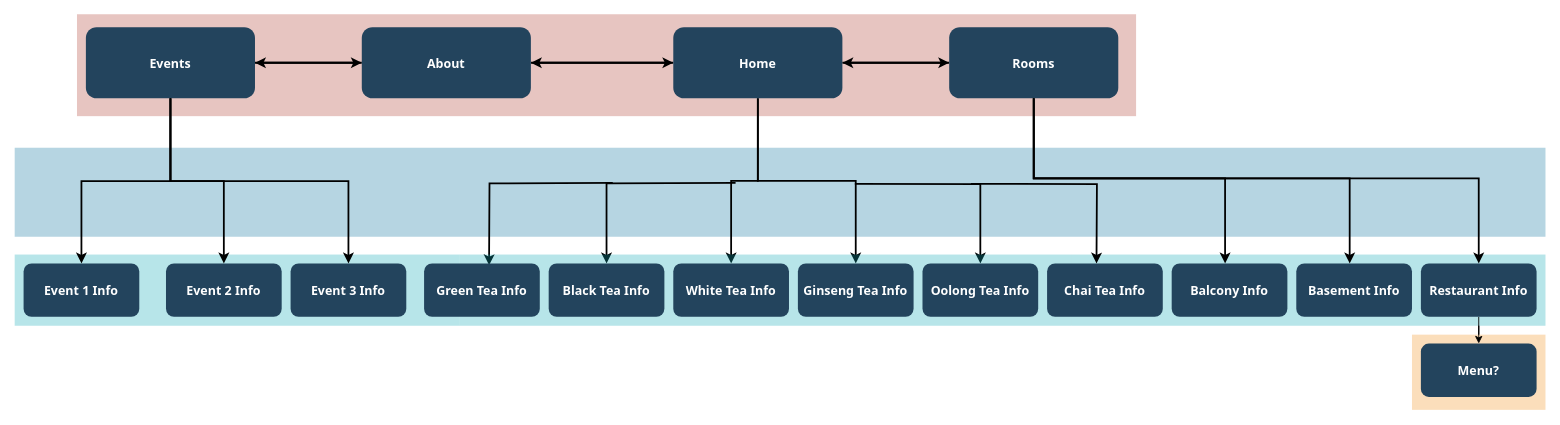
This is Teahouse_Site_Map.drawio from jxcarlat/TeaHouse, a draw.io file, before an edit. Source tidied: cells renumbered, new cells numbered last; positions are measured from the earlier drawing's top-left corner, leaving out a move shared by most shapes. Both pictures are drawn from the tidied source at 89%, with x=0, y=0 at pixel (14, 14).
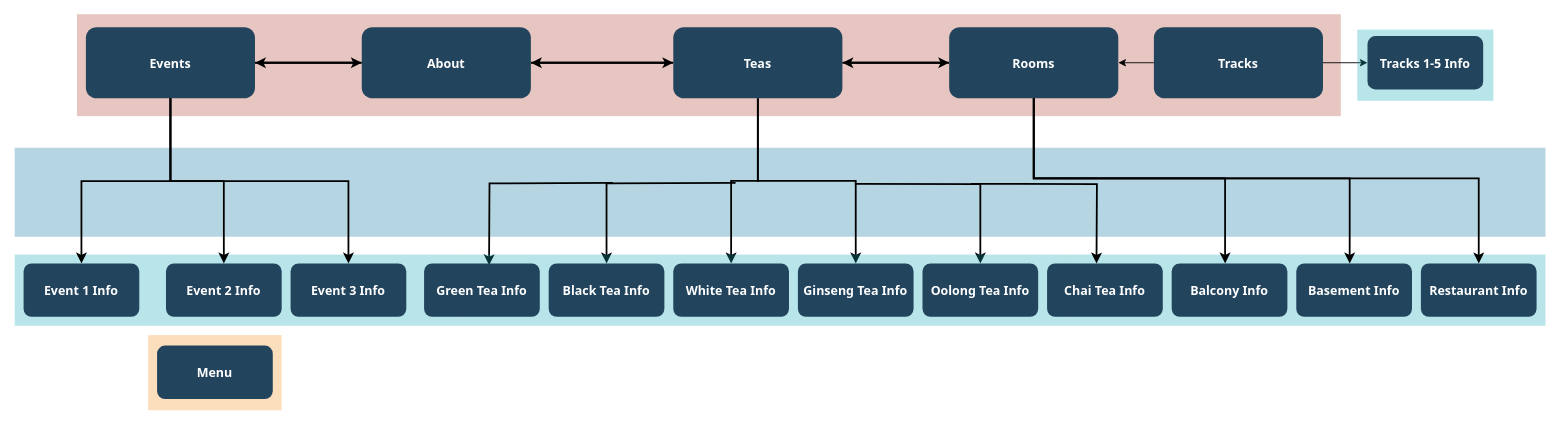
The same diagram, later.

Unchanged cells that the change refers to:
```xml
<mxCell id="16" value="Rooms" style="rounded=1;fillColor=#23445D;gradientColor=none;strokeColor=none;fontColor=#FFFFFF;fontStyle=1;fontFamily=Tahoma;fontSize=14;" parent="1" vertex="1">
  <mxGeometry x="1050" y="14" width="190" height="80" as="geometry" />
</mxCell>
<mxCell id="25" value="Restaurant Info" style="rounded=1;fillColor=#23445D;gradientColor=none;strokeColor=none;fontColor=#FFFFFF;fontStyle=1;fontFamily=Tahoma;fontSize=14;" parent="1" vertex="1">
  <mxGeometry x="1580" y="279.5" width="130" height="60" as="geometry" />
</mxCell>
```

Diff of the diagram source:
```diff
@@
     <mxCell id="2" style="fillColor=#AE4132;strokeColor=none;opacity=30;" parent="1" vertex="1">
-      <mxGeometry x="70" y="-0.5" width="1190" height="114.5" as="geometry" />
+      <mxGeometry x="70" y="-0.5" width="1420" height="114.5" as="geometry" />
     </mxCell>
@@
     <mxCell id="4" style="fillColor=#F2931E;strokeColor=none;opacity=30;" parent="1" vertex="1">
-      <mxGeometry x="1570" y="359.5" width="150" height="84.5" as="geometry" />
+      <mxGeometry x="150" y="360" width="150" height="84.5" as="geometry" />
     </mxCell>
@@
-    <mxCell id="14" value="Home" style="rounded=1;fillColor=#23445D;gradientColor=none;strokeColor=none;fontColor=#FFFFFF;fontStyle=1;fontFamily=Tahoma;fontSize=14;" parent="1" vertex="1">
+    <mxCell id="14" value="Teas" style="rounded=1;fillColor=#23445D;gradientColor=none;strokeColor=none;fontColor=#FFFFFF;fontStyle=1;fontFamily=Tahoma;fontSize=14;" parent="1" vertex="1">
       <mxGeometry x="740" y="14" width="190" height="80" as="geometry" />
     </mxCell>
@@
-    <mxCell id="24" style="edgeStyle=orthogonalEdgeStyle;rounded=0;jettySize=auto;html=1;entryX=0.5;entryY=0;entryDx=0;entryDy=0;" parent="1" edge="1" source="25" target="26">
-      <mxGeometry relative="1" as="geometry" />
-    </mxCell>
@@
-    <mxCell id="26" value="Menu?" style="rounded=1;fillColor=#23445D;gradientColor=none;strokeColor=none;fontColor=#FFFFFF;fontStyle=1;fontFamily=Tahoma;fontSize=14;" parent="1" vertex="1">
-      <mxGeometry x="1580" y="369.5" width="130" height="60" as="geometry" />
+    <mxCell id="26" value="Menu" style="rounded=1;fillColor=#23445D;gradientColor=none;strokeColor=none;fontColor=#FFFFFF;fontStyle=1;fontFamily=Tahoma;fontSize=14;" parent="1" vertex="1">
+      <mxGeometry x="160" y="371.8" width="130" height="60" as="geometry" />
     </mxCell>
@@
+    <mxCell id="44" style="edgeStyle=orthogonalEdgeStyle;rounded=0;jettySize=auto;html=1;exitX=0;exitY=0.5;exitDx=0;exitDy=0;" parent="1" edge="1" source="46" target="16">
+      <mxGeometry relative="1" as="geometry" />
+    </mxCell>
+    <mxCell id="45" style="edgeStyle=orthogonalEdgeStyle;rounded=0;jettySize=auto;html=1;" parent="1" edge="1" source="46" target="48">
+      <mxGeometry relative="1" as="geometry" />
+    </mxCell>
+    <mxCell id="46" value="Tracks" style="rounded=1;fillColor=#23445D;gradientColor=none;strokeColor=none;fontColor=#FFFFFF;fontStyle=1;fontFamily=Tahoma;fontSize=14;" parent="1" vertex="1">
+      <mxGeometry x="1280" y="14" width="190" height="80" as="geometry" />
+    </mxCell>
+    <mxCell id="47" style="fillColor=#12AAB5;strokeColor=none;opacity=30;" parent="1" vertex="1">
+      <mxGeometry x="1508.5" y="16.8" width="153" height="80" as="geometry" />
+    </mxCell>
+    <mxCell id="48" value="Tracks 1-5 Info" style="rounded=1;fillColor=#23445D;gradientColor=none;strokeColor=none;fontColor=#FFFFFF;fontStyle=1;fontFamily=Tahoma;fontSize=14;" parent="1" vertex="1">
+      <mxGeometry x="1520" y="24" width="130" height="60" as="geometry" />
+    </mxCell>
```
